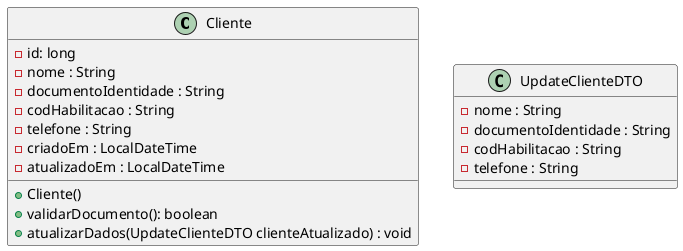
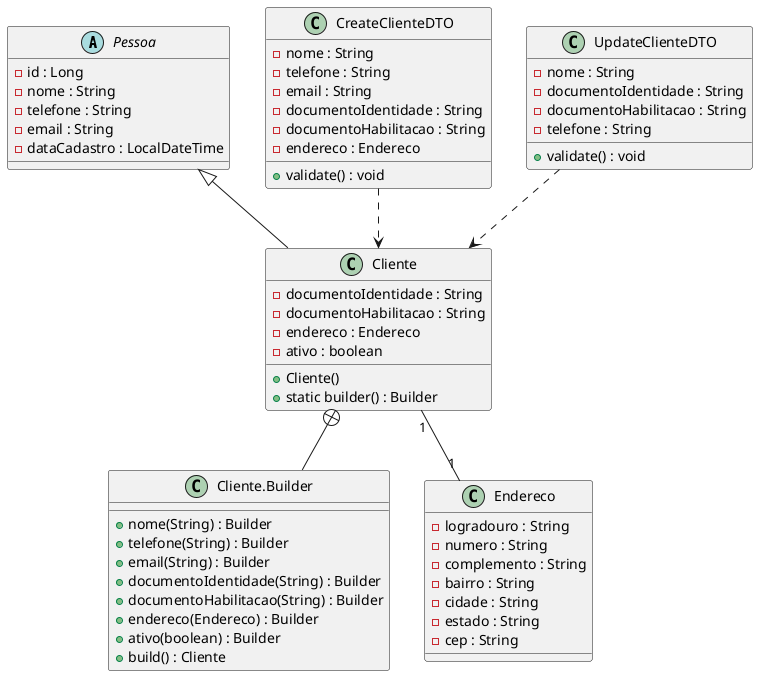
@startuml

+ abstract class Pessoa {
+   - id : Long
+   - nome : String
+   - telefone : String
+   - email : String
+   - dataCadastro : LocalDateTime
+ }
+ 
class Cliente {
-   - id: long
+   - documentoIdentidade : String
+   - documentoHabilitacao : String
+   - endereco : Endereco
+   - ativo : boolean
+   + Cliente()
+   + static builder() : Builder
+ }
+ 
+ class "Cliente.Builder" as ClienteBuilder {
+   + nome(String) : Builder
+   + telefone(String) : Builder
+   + email(String) : Builder
+   + documentoIdentidade(String) : Builder
+   + documentoHabilitacao(String) : Builder
+   + endereco(Endereco) : Builder
+   + ativo(boolean) : Builder
+   + build() : Cliente
+ }
+ 
+ class Endereco {
+   - logradouro : String
+   - numero : String
+   - complemento : String
+   - bairro : String
+   - cidade : String
+   - estado : String
+   - cep : String
+ }
+ 
+ class CreateClienteDTO {
  - nome : String
+   - telefone : String
+   - email : String
  - documentoIdentidade : String
-   - codHabilitacao : String
-   - telefone : String
-   - criadoEm : LocalDateTime
-   - atualizadoEm : LocalDateTime
-   + Cliente()
-   + validarDocumento(): boolean
-   + atualizarDados(UpdateClienteDTO clienteAtualizado) : void
+   - documentoHabilitacao : String
+   - endereco : Endereco
+   + validate() : void
}

class UpdateClienteDTO {
  - nome : String
  - documentoIdentidade : String
-   - codHabilitacao : String
+   - documentoHabilitacao : String
  - telefone : String
+   + validate() : void
}
- @enduml+ 
+ Pessoa <|-- Cliente
+ Cliente "1" -- "1" Endereco
+ Cliente +-- ClienteBuilder
+ CreateClienteDTO ..> Cliente
+ UpdateClienteDTO ..> Cliente
+ 
+ @enduml
